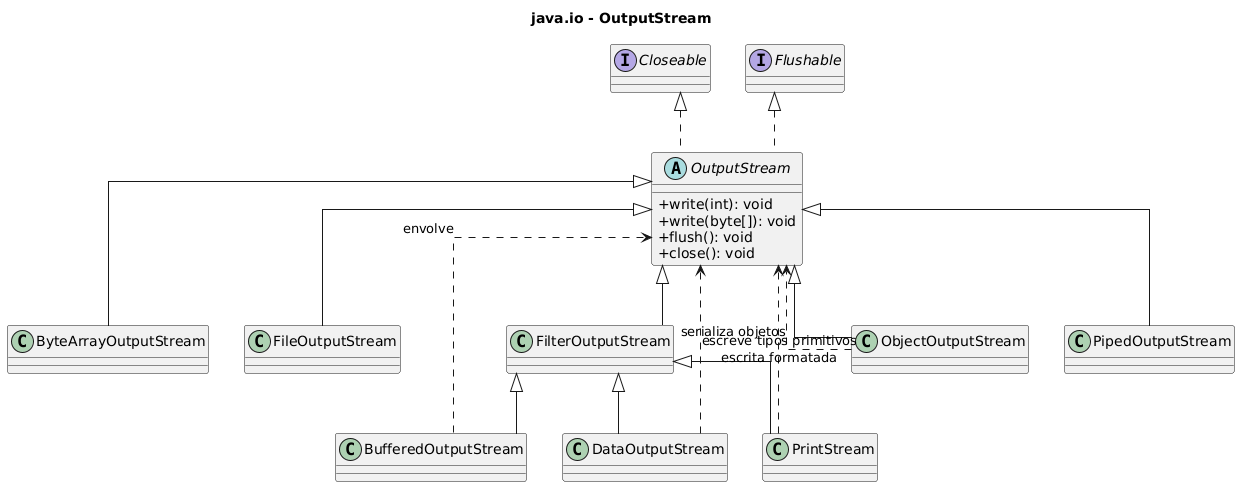
This is subjects/poo/images/12-file-classes-java.io-outputstream.png from fabriciosantana/idp-marp-slides, a PlantUML export, as it was before one commit.
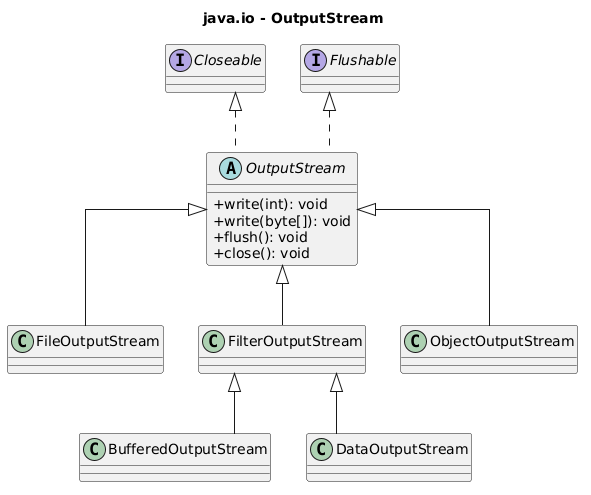
After the change.

What changed in the source:
```diff
@@ -14,31 +14,20 @@
   +close(): void
 }
 
-class ByteArrayOutputStream
 class FileOutputStream
 class FilterOutputStream
 class BufferedOutputStream
 class DataOutputStream
-class PrintStream
 class ObjectOutputStream
-class PipedOutputStream
 
 Closeable <|.. OutputStream
 Flushable <|.. OutputStream
 
-OutputStream <|-- ByteArrayOutputStream
 OutputStream <|-- FileOutputStream
 OutputStream <|-- FilterOutputStream
 OutputStream <|-- ObjectOutputStream
-OutputStream <|-- PipedOutputStream
 
 FilterOutputStream <|-- BufferedOutputStream
 FilterOutputStream <|-- DataOutputStream
-FilterOutputStream <|-- PrintStream
-
-BufferedOutputStream ..> OutputStream : envolve
-DataOutputStream ..> OutputStream : escreve tipos primitivos
-PrintStream ..> OutputStream : escrita formatada
-ObjectOutputStream ..> OutputStream : serializa objetos
 
 @enduml
```
